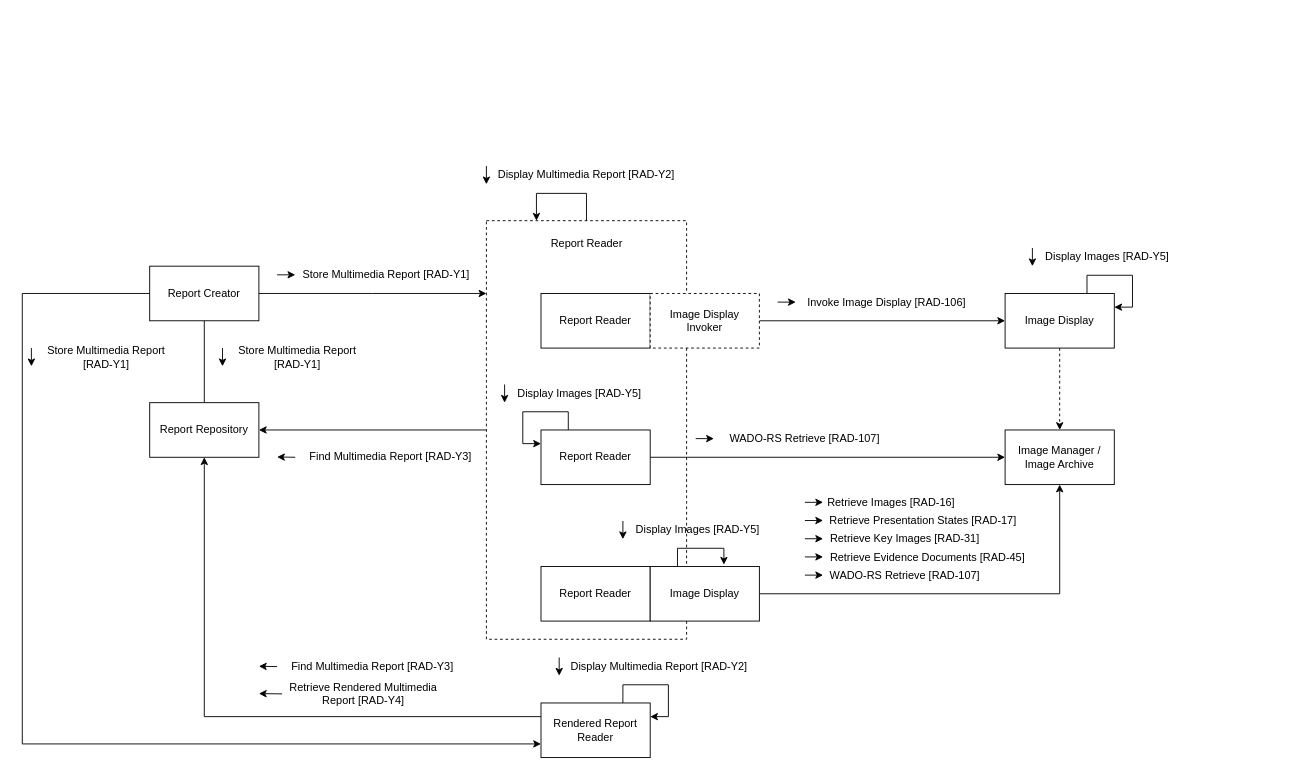
Before: input/images-source/IHE_IMR_actor.drawio in IHE/RAD.IMR, a draw.io diagram. Source tidied: cells renumbered, new cells numbered last; positions are measured from the earlier drawing's top-left corner, leaving out a move shared by most shapes. Both pictures are drawn from the tidied source at 91%, with x=0, y=0 at pixel (22, 93).
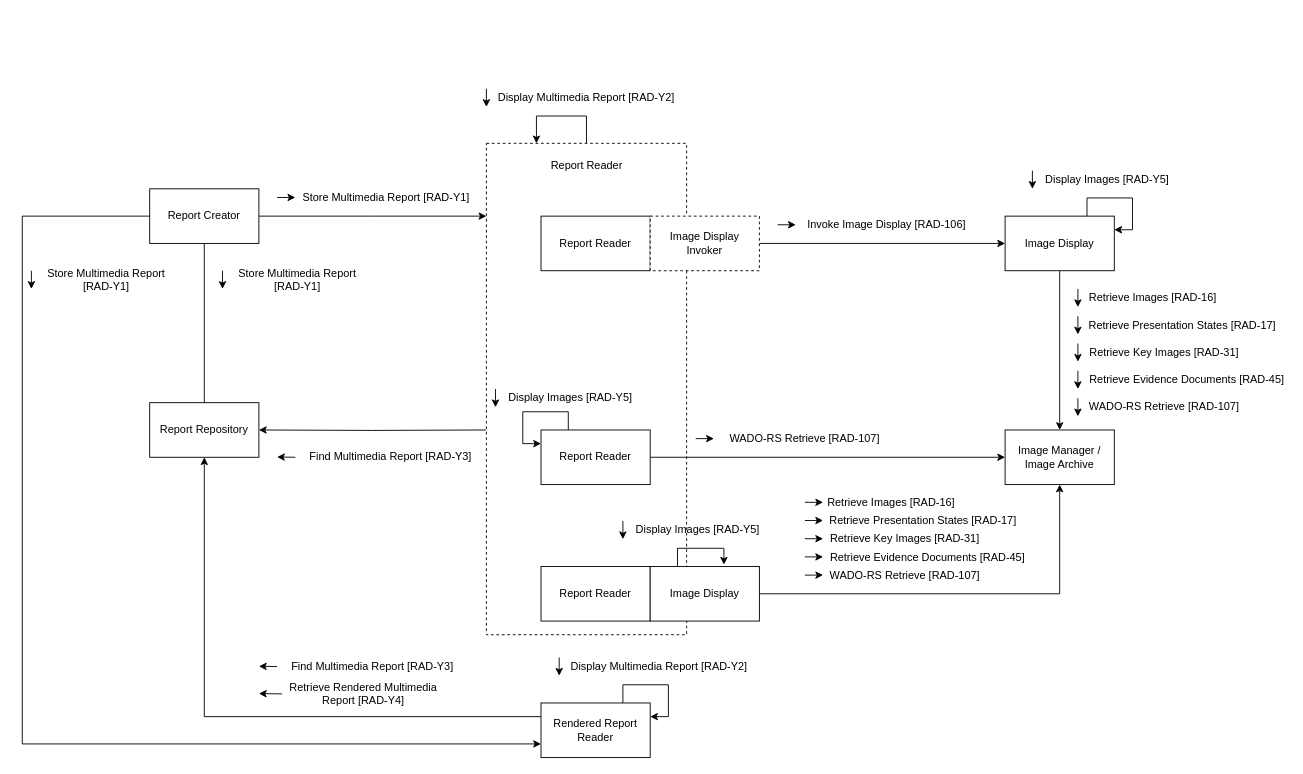
Above is the later version.

Commit message (it also covers changes not shown here):
Update the IID Image Display to Image Manager becomes solid line.

The change refers to these unchanged cells:
```xml
<mxCell id="8" value="Image Manager / Image Archive" style="rounded=0;whiteSpace=wrap;html=1;" parent="1" vertex="1">
  <mxGeometry x="1080" y="370" width="120" height="60" as="geometry" />
</mxCell>
<mxCell id="38" value="Report Creator" style="rounded=0;whiteSpace=wrap;html=1;" parent="35" vertex="1">
  <mxGeometry x="-30" y="190" width="120" height="60" as="geometry" />
</mxCell>
<mxCell id="56" value="Rendered Report Reader" style="rounded=0;whiteSpace=wrap;html=1;" parent="1" vertex="1">
  <mxGeometry x="570" y="670" width="120" height="60" as="geometry" />
</mxCell>
```

The edit, as a diff of the source:
```diff
@@
-    <mxCell id="2" style="edgeStyle=orthogonalEdgeStyle;rounded=0;jettySize=auto;html=1;entryX=1;entryY=0.5;entryDx=0;entryDy=0;" parent="1" edge="1" source="3" target="37">
-      <mxGeometry relative="1" as="geometry" />
+    <mxCell id="2" style="edgeStyle=orthogonalEdgeStyle;rounded=0;jettySize=auto;html=1;entryX=1;entryY=0.5;entryDx=0;entryDy=0;" parent="1" edge="1" target="37">
+      <mxGeometry relative="1" as="geometry">
+        <mxPoint x="510" y="370" as="sourcePoint" />
+      </mxGeometry>
     </mxCell>
     <mxCell id="3" style="rounded=0;whiteSpace=wrap;html=1;dashed=1;" parent="1" vertex="1">
-      <mxGeometry x="510" y="140" width="220" height="460" as="geometry" />
+      <mxGeometry x="510" y="55" width="220" height="540" as="geometry" />
     </mxCell>
     <mxCell id="4" value="Report Reader" style="rounded=0;whiteSpace=wrap;html=1;" parent="1" vertex="1">
-      <mxGeometry x="570" y="220" width="120" height="60" as="geometry" />
+      <mxGeometry x="570" y="135" width="120" height="60" as="geometry" />
     </mxCell>
     <mxCell id="5" style="group;" parent="1" vertex="1">
-      <mxGeometry x="510" y="80" width="200" height="20" as="geometry" />
+      <mxGeometry x="510" y="-5" width="200" height="20" as="geometry" />
     </mxCell>
@@
-    <mxCell id="9" style="edgeStyle=orthogonalEdgeStyle;rounded=0;jettySize=auto;html=1;entryX=0.5;entryY=0;entryDx=0;entryDy=0;dashed=1;" parent="1" edge="1" source="10" target="8">
+    <mxCell id="9" style="edgeStyle=orthogonalEdgeStyle;rounded=0;jettySize=auto;html=1;entryX=0.5;entryY=0;entryDx=0;entryDy=0;" parent="1" edge="1" source="10" target="8">
       <mxGeometry relative="1" as="geometry" />
     </mxCell>
     <mxCell id="10" value="Image Display" style="rounded=0;whiteSpace=wrap;html=1;" parent="1" vertex="1">
-      <mxGeometry x="1080" y="220" width="120" height="60" as="geometry" />
+      <mxGeometry x="1080" y="135" width="120" height="60" as="geometry" />
     </mxCell>
@@
     <mxCell id="12" value="Image Display Invoker" style="rounded=0;whiteSpace=wrap;html=1;dashed=1;" parent="1" vertex="1">
-      <mxGeometry x="690" y="220" width="120" height="60" as="geometry" />
+      <mxGeometry x="690" y="135" width="120" height="60" as="geometry" />
     </mxCell>
     <mxCell id="13" style="group;" parent="1" vertex="1">
-      <mxGeometry x="830" y="220" width="220" height="20" as="geometry" />
+      <mxGeometry x="830" y="135" width="220" height="20" as="geometry" />
     </mxCell>
@@
     <mxCell id="35" style="group;" parent="1" vertex="1">
-      <mxGeometry x="170" width="340" height="460" as="geometry" />
+      <mxGeometry x="170" y="-85" width="340" height="460" as="geometry" />
     </mxCell>
     <mxCell id="36" value="Find Multimedia Report [RAD-Y3]" style="text;html=1;strokeColor=none;fillColor=none;align=center;verticalAlign=middle;whiteSpace=wrap;rounded=0;" parent="35" vertex="1">
-      <mxGeometry x="140" y="390" width="190" height="20" as="geometry" />
+      <mxGeometry x="140" y="475" width="190" height="20" as="geometry" />
     </mxCell>
     <mxCell id="37" value="Report Repository" style="rounded=0;whiteSpace=wrap;html=1;" parent="35" vertex="1">
-      <mxGeometry x="-30" y="340" width="120" height="60" as="geometry" />
+      <mxGeometry x="-30" y="425" width="120" height="60" as="geometry" />
     </mxCell>
@@
     <mxCell id="46" value="Report Reader" style="text;html=1;strokeColor=none;fillColor=none;align=center;verticalAlign=middle;whiteSpace=wrap;rounded=0;dashed=1;" parent="1" vertex="1">
-      <mxGeometry x="562.5" y="150" width="115" height="30" as="geometry" />
+      <mxGeometry x="562.5" y="65" width="115" height="30" as="geometry" />
     </mxCell>
@@
     <mxCell id="50" style="edgeStyle=orthogonalEdgeStyle;rounded=0;orthogonalLoop=1;jettySize=auto;html=1;exitX=0.5;exitY=0;exitDx=0;exitDy=0;entryX=0.25;entryY=0;entryDx=0;entryDy=0;" parent="1" edge="1" source="3" target="3">
       <mxGeometry relative="1" as="geometry">
         <Array as="points">
-          <mxPoint x="620" y="110" />
-          <mxPoint x="565" y="110" />
+          <mxPoint x="620" y="25" />
+          <mxPoint x="565" y="25" />
         </Array>
       </mxGeometry>
     </mxCell>
     <mxCell id="51" style="group;" parent="1" vertex="1">
-      <mxGeometry x="530" y="320" width="200" height="20" as="geometry" />
+      <mxGeometry x="520" y="325" width="200" height="20" as="geometry" />
     </mxCell>
@@
     <mxCell id="54" style="edgeStyle=orthogonalEdgeStyle;rounded=0;jettySize=auto;html=1;" parent="1" edge="1" source="38">
       <mxGeometry relative="1" as="geometry">
-        <mxPoint x="510" y="220" as="targetPoint" />
+        <mxPoint x="510" y="135" as="targetPoint" />
       </mxGeometry>
     </mxCell>
@@
     <mxCell id="57" style="edgeStyle=orthogonalEdgeStyle;rounded=0;jettySize=auto;html=1;entryX=0;entryY=0.75;entryDx=0;entryDy=0;" parent="1" edge="1" source="38" target="56">
       <mxGeometry relative="1" as="geometry">
         <Array as="points">
-          <mxPoint y="220" />
+          <mxPoint y="135" />
           <mxPoint y="715" />
         </Array>
       </mxGeometry>
     </mxCell>
     <mxCell id="58" style="group;" parent="1" vertex="1">
-      <mxGeometry x="10" y="280" width="200" height="20" as="geometry" />
+      <mxGeometry x="10" y="195" width="200" height="20" as="geometry" />
     </mxCell>
@@
     <mxCell id="68" style="edgeStyle=orthogonalEdgeStyle;rounded=0;orthogonalLoop=1;jettySize=auto;html=1;exitX=0.75;exitY=0;exitDx=0;exitDy=0;entryX=1;entryY=0.25;entryDx=0;entryDy=0;" parent="1" edge="1" source="10" target="10">
       <mxGeometry relative="1" as="geometry">
         <Array as="points">
-          <mxPoint x="1170" y="200" />
-          <mxPoint x="1220" y="200" />
-          <mxPoint x="1220" y="235" />
+          <mxPoint x="1170" y="115" />
+          <mxPoint x="1220" y="115" />
+          <mxPoint x="1220" y="150" />
         </Array>
       </mxGeometry>
     </mxCell>
     <mxCell id="69" style="group;" parent="1" vertex="1">
-      <mxGeometry x="1110" y="170" width="200" height="20" as="geometry" />
+      <mxGeometry x="1110" y="85" width="200" height="20" as="geometry" />
     </mxCell>
@@
+    <mxCell id="83" style="group;" parent="1" vertex="1">
+      <mxGeometry x="1160" y="215" width="200" height="20" as="geometry" />
+    </mxCell>
+    <mxCell id="84" value="Retrieve Images [RAD-16]" style="text;html=1;strokeColor=none;fillColor=none;align=center;verticalAlign=middle;whiteSpace=wrap;rounded=0;" parent="83" vertex="1">
+      <mxGeometry x="10" width="145" height="20" as="geometry" />
+    </mxCell>
+    <mxCell id="85" style="endArrow=classic;html=1;" parent="83" edge="1">
+      <mxGeometry relative="1" as="geometry">
+        <mxPoint as="sourcePoint" />
+        <mxPoint y="20" as="targetPoint" />
+      </mxGeometry>
+    </mxCell>
+    <mxCell id="86" style="group;" parent="1" vertex="1">
+      <mxGeometry x="1160" y="245" width="220" height="20" as="geometry" />
+    </mxCell>
+    <mxCell id="87" value="Retrieve Presentation States [RAD-17]" style="text;html=1;strokeColor=none;fillColor=none;align=center;verticalAlign=middle;whiteSpace=wrap;rounded=0;" parent="86" vertex="1">
+      <mxGeometry x="10" width="210" height="20" as="geometry" />
+    </mxCell>
+    <mxCell id="88" style="endArrow=classic;html=1;" parent="86" edge="1">
+      <mxGeometry relative="1" as="geometry">
+        <mxPoint as="sourcePoint" />
+        <mxPoint y="20" as="targetPoint" />
+      </mxGeometry>
+    </mxCell>
+    <mxCell id="89" style="group;" parent="1" vertex="1">
+      <mxGeometry x="1160" y="275" width="200" height="20" as="geometry" />
+    </mxCell>
+    <mxCell id="90" value="Retrieve Key Images [RAD-31]" style="text;html=1;strokeColor=none;fillColor=none;align=center;verticalAlign=middle;whiteSpace=wrap;rounded=0;" parent="89" vertex="1">
+      <mxGeometry x="10" width="170" height="20" as="geometry" />
+    </mxCell>
+    <mxCell id="91" style="endArrow=classic;html=1;" parent="89" edge="1">
+      <mxGeometry relative="1" as="geometry">
+        <mxPoint as="sourcePoint" />
+        <mxPoint y="20" as="targetPoint" />
+      </mxGeometry>
+    </mxCell>
+    <mxCell id="92" style="group;" parent="1" vertex="1">
+      <mxGeometry x="1160" y="305" width="230" height="20" as="geometry" />
+    </mxCell>
+    <mxCell id="93" value="Retrieve Evidence Documents [RAD-45]" style="text;html=1;strokeColor=none;fillColor=none;align=center;verticalAlign=middle;whiteSpace=wrap;rounded=0;" parent="92" vertex="1">
+      <mxGeometry x="10" width="220" height="20" as="geometry" />
+    </mxCell>
+    <mxCell id="94" style="endArrow=classic;html=1;" parent="92" edge="1">
+      <mxGeometry relative="1" as="geometry">
+        <mxPoint as="sourcePoint" />
+        <mxPoint y="20" as="targetPoint" />
+      </mxGeometry>
+    </mxCell>
+    <mxCell id="95" style="group;" parent="1" vertex="1">
+      <mxGeometry x="1160" y="335" width="200" height="20" as="geometry" />
+    </mxCell>
+    <mxCell id="96" value="WADO-RS Retrieve [RAD-107]" style="text;html=1;strokeColor=none;fillColor=none;align=center;verticalAlign=middle;whiteSpace=wrap;rounded=0;" parent="95" vertex="1">
+      <mxGeometry x="10" width="170" height="20" as="geometry" />
+    </mxCell>
+    <mxCell id="97" style="endArrow=classic;html=1;" parent="95" edge="1">
+      <mxGeometry relative="1" as="geometry">
+        <mxPoint as="sourcePoint" />
+        <mxPoint y="20" as="targetPoint" />
+      </mxGeometry>
+    </mxCell>
```
